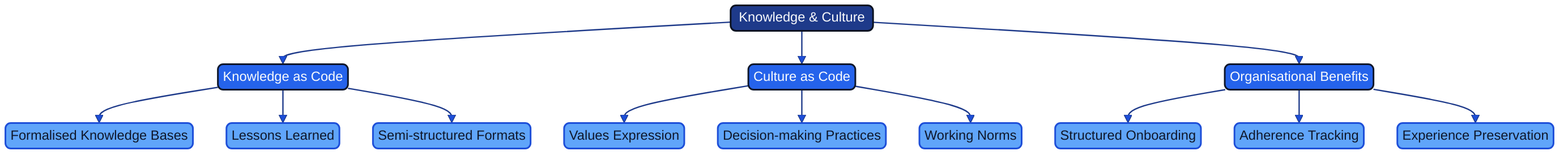
Before: docs/images/mindmap_23e_knowledge_culture.png, a diagram exported from Mermaid (Geonitab/architecture_as_code). Its source is kept beside it as docs/images/mindmap_23e_knowledge_culture.mmd.
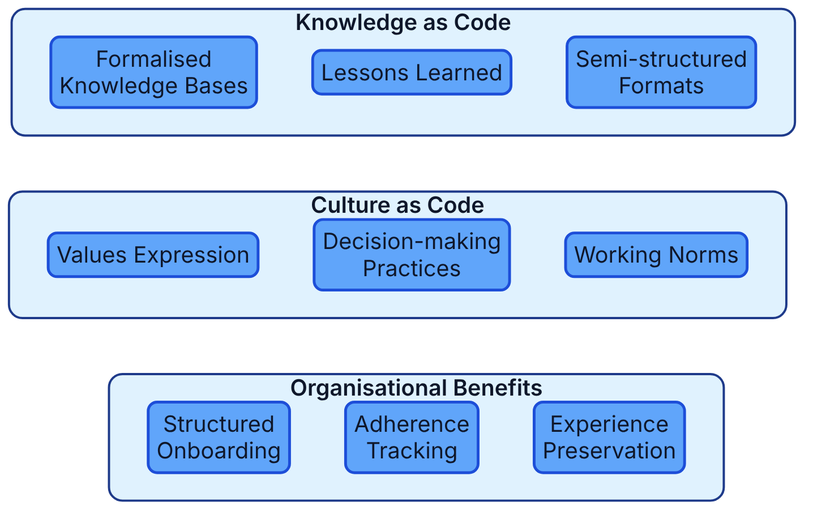
The same diagram one commit later.

Change to the diagram source:
```diff
@@ -1,14 +1,22 @@
-graph TD
-    ROOT(["Knowledge & Culture"]):::geon-primary
-    ROOT --> KC["Knowledge as Code"]:::geon-accent
-    ROOT --> CC["Culture as Code"]:::geon-accent
-    ROOT --> OB["Organisational Benefits"]:::geon-accent
-    KC --> KC1["Formalised Knowledge Bases"]:::geon-highlight
-    KC --> KC2["Lessons Learned"]:::geon-highlight
-    KC --> KC3["Semi-structured Formats"]:::geon-highlight
-    CC --> CC1["Values Expression"]:::geon-highlight
-    CC --> CC2["Decision-making Practices"]:::geon-highlight
-    CC --> CC3["Working Norms"]:::geon-highlight
-    OB --> OB1["Structured Onboarding"]:::geon-highlight
-    OB --> OB2["Adherence Tracking"]:::geon-highlight
-    OB --> OB3["Experience Preservation"]:::geon-highlight
+flowchart TB
+    subgraph G0["Knowledge as Code"]
+        direction LR
+        N00["Formalised<br/>Knowledge Bases"]:::geon-highlight
+        N01["Lessons Learned"]:::geon-highlight
+        N02["Semi-structured<br/>Formats"]:::geon-highlight
+    end
+    subgraph G1["Culture as Code"]
+        direction LR
+        N10["Values Expression"]:::geon-highlight
+        N11["Decision-making<br/>Practices"]:::geon-highlight
+        N12["Working Norms"]:::geon-highlight
+    end
+    subgraph G2["Organisational Benefits"]
+        direction LR
+        N20["Structured<br/>Onboarding"]:::geon-highlight
+        N21["Adherence<br/>Tracking"]:::geon-highlight
+        N22["Experience<br/>Preservation"]:::geon-highlight
+    end
+
+    N01 ~~~ N11
+    N11 ~~~ N21
```
